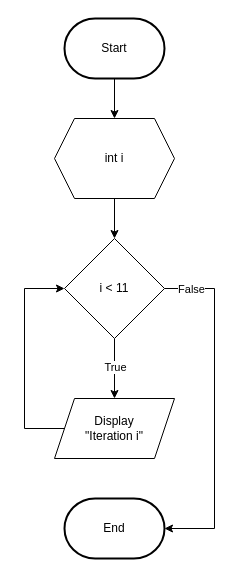
elikawicaksana/BuildIT_BasisData keeps this draw.io diagram as page "For" (4 of 6) of Flowchart_PendaModul2.drawio. Above is the earlier version. Source tidied: cells renumbered, new cells numbered last; positions are measured from the earlier drawing's top-left corner, leaving out a move shared by most shapes. Both pictures are drawn from the tidied source at 100%, with x=0, y=0 at pixel (24, 18).
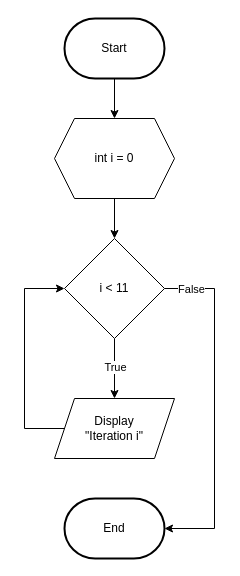
The same diagram, later.

Change to the diagram source:
```diff
@@
 <mxGraphModel>
   <root>
     <mxCell id="0" />
     <mxCell id="1" parent="0" />
     <mxCell id="2" style="edgeStyle=orthogonalEdgeStyle;rounded=0;jettySize=auto;html=1;entryX=0.5;entryY=0;entryDx=0;entryDy=0;" parent="1" edge="1" source="3" target="6">
       <mxGeometry relative="1" as="geometry" />
     </mxCell>
     <mxCell id="3" value="Start" style="strokeWidth=2;html=1;shape=mxgraph.flowchart.terminator;whiteSpace=wrap;" parent="1" vertex="1">
       <mxGeometry x="40" width="100" height="60" as="geometry" />
     </mxCell>
     <mxCell id="4" value="End" style="strokeWidth=2;html=1;shape=mxgraph.flowchart.terminator;whiteSpace=wrap;" parent="1" vertex="1">
       <mxGeometry x="40" y="480" width="100" height="60" as="geometry" />
     </mxCell>
     <mxCell id="5" style="edgeStyle=orthogonalEdgeStyle;rounded=0;jettySize=auto;html=1;entryX=0.5;entryY=0;entryDx=0;entryDy=0;" parent="1" edge="1" source="6" target="9">
       <mxGeometry relative="1" as="geometry" />
     </mxCell>
-    <mxCell id="6" value="int i" style="shape=hexagon;perimeter=hexagonPerimeter2;whiteSpace=wrap;html=1;fixedSize=1;" parent="1" vertex="1">
+    <mxCell id="6" value="int i = 0" style="shape=hexagon;perimeter=hexagonPerimeter2;whiteSpace=wrap;html=1;fixedSize=1;" parent="1" vertex="1">
       <mxGeometry x="30" y="100" width="120" height="80" as="geometry" />
     </mxCell>
     <mxCell id="7" style="edgeStyle=orthogonalEdgeStyle;rounded=0;jettySize=auto;html=1;exitX=0.5;exitY=1;exitDx=0;exitDy=0;" parent="1" edge="1" source="9" target="13">
       <mxGeometry relative="1" as="geometry" />
     </mxCell>
     <mxCell id="8" value="True" style="edgeLabel;html=1;align=center;verticalAlign=middle;" parent="7" vertex="1">
       <mxGeometry x="-0.08" relative="1" as="geometry" />
     </mxCell>
     <mxCell id="9" value="i &amp;lt; 11" style="rhombus;whiteSpace=wrap;html=1;" parent="1" vertex="1">
       <mxGeometry x="40" y="220" width="100" height="100" as="geometry" />
     </mxCell>
     <mxCell id="10" style="edgeStyle=orthogonalEdgeStyle;rounded=0;jettySize=auto;html=1;exitX=1;exitY=0.5;exitDx=0;exitDy=0;entryX=1;entryY=0.5;entryDx=0;entryDy=0;entryPerimeter=0;" parent="1" edge="1" source="9" target="4">
       <mxGeometry relative="1" as="geometry">
         <Array as="points">
           <mxPoint x="190" y="270" />
           <mxPoint x="190" y="510" />
         </Array>
       </mxGeometry>
     </mxCell>
     <mxCell id="11" value="False" style="edgeLabel;html=1;align=center;verticalAlign=middle;" parent="10" vertex="1">
       <mxGeometry x="-0.85" relative="1" as="geometry" />
     </mxCell>
     <mxCell id="12" style="edgeStyle=orthogonalEdgeStyle;rounded=0;jettySize=auto;html=1;entryX=0;entryY=0.5;entryDx=0;entryDy=0;" parent="1" edge="1" source="13" target="9">
       <mxGeometry relative="1" as="geometry">
         <Array as="points">
           <mxPoint y="410" />
           <mxPoint y="270" />
         </Array>
       </mxGeometry>
     </mxCell>
     <mxCell id="13" value="&lt;font face=&quot;Helvetica&quot; style=&quot;font-size: 12px;&quot;&gt;Display&lt;/font&gt;&lt;div&gt;&lt;font face=&quot;Helvetica&quot; style=&quot;font-size: 12px;&quot;&gt;&quot;Iteration i&quot;&lt;/font&gt;&lt;/div&gt;" style="shape=parallelogram;perimeter=parallelogramPerimeter;whiteSpace=wrap;html=1;fixedSize=1;" parent="1" vertex="1">
       <mxGeometry x="30" y="380" width="120" height="60" as="geometry" />
     </mxCell>
   </root>
 </mxGraphModel>
```
